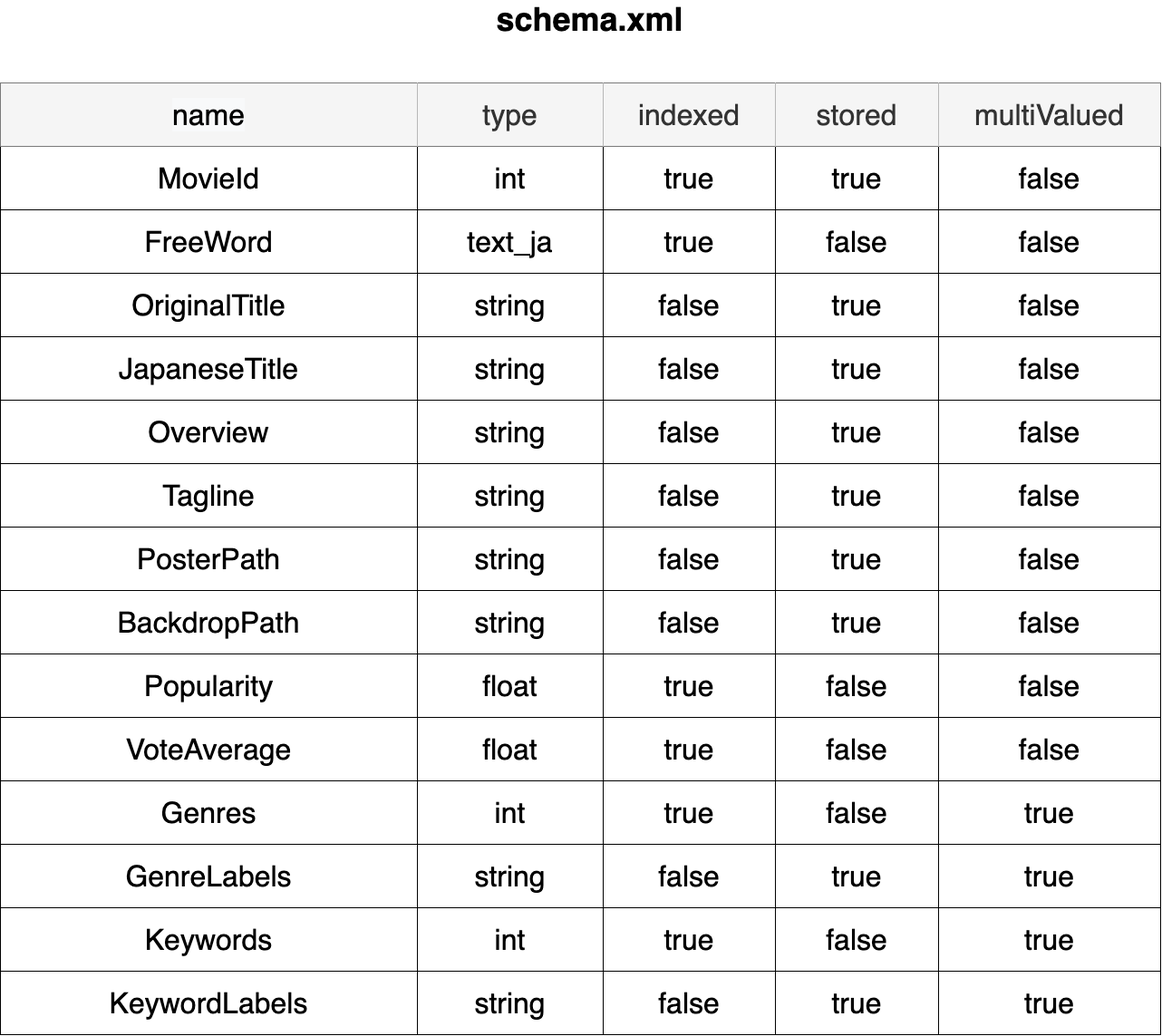
This is docs/Data/solr-schema.png from yuya-okada527/ml-playground, a draw.io export, as it was before one commit. Source tidied: cells renumbered, new cells last; positions are measured from the earlier drawing's top-left corner, leaving out a move shared by most shapes.
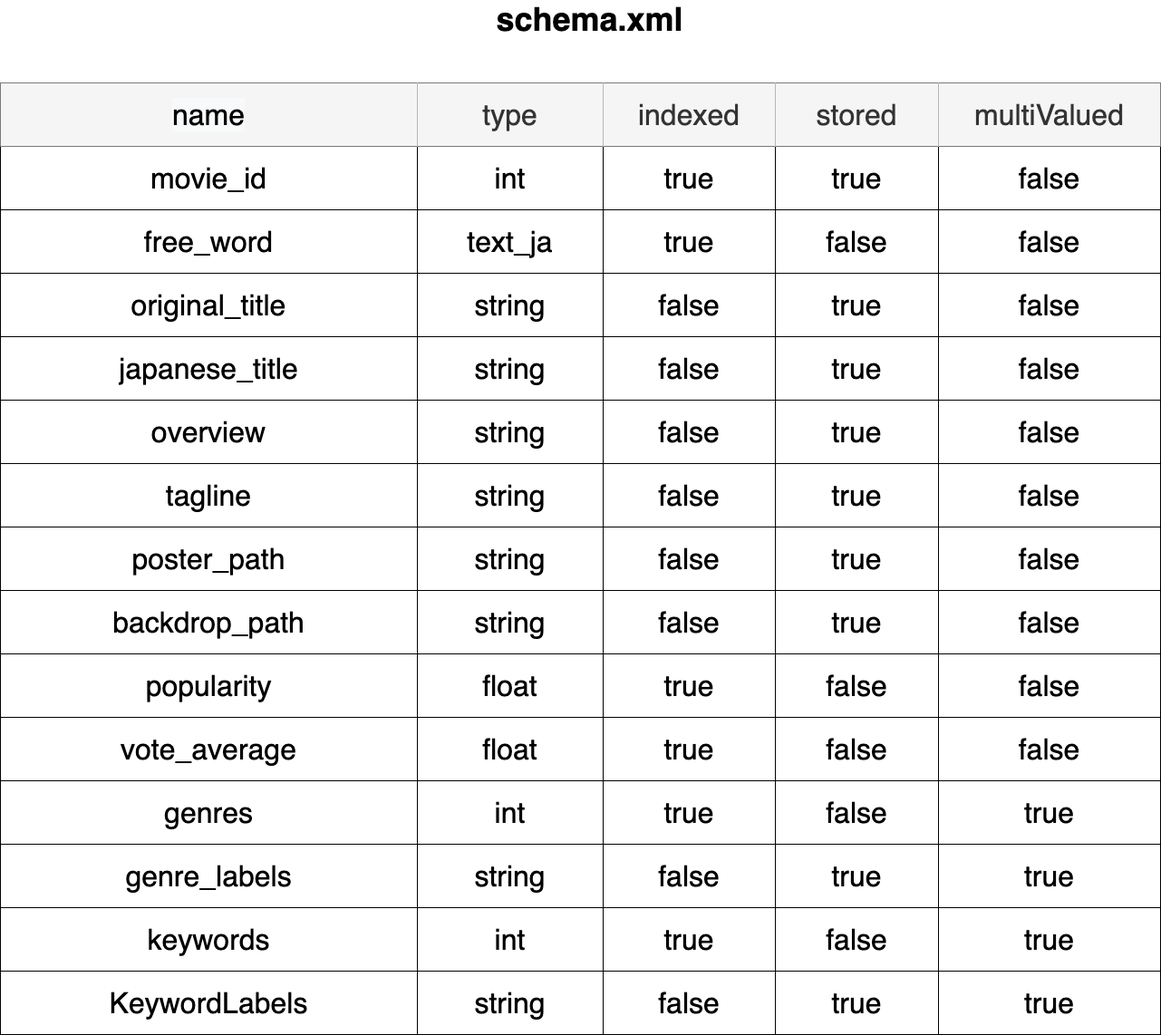
The same diagram one commit later.

Change to the diagram source:
```diff
@@ -29,7 +29,7 @@
     <mxCell id="10" style="shape=partialRectangle;html=1;whiteSpace=wrap;fillColor=none;top=0;left=0;bottom=0;right=0;fontSize=32;" parent="3" vertex="1">
       <mxGeometry y="70" width="1280" height="70" as="geometry" />
     </mxCell>
-    <mxCell id="11" value="MovieId" style="shape=partialRectangle;html=1;whiteSpace=wrap;overflow=hidden;fillColor=none;top=0;left=0;bottom=0;right=0;fontSize=32;" parent="10" vertex="1">
+    <mxCell id="11" value="movie_id" style="shape=partialRectangle;html=1;whiteSpace=wrap;overflow=hidden;fillColor=none;top=0;left=0;bottom=0;right=0;fontSize=32;" parent="10" vertex="1">
       <mxGeometry width="460" height="70" as="geometry" />
     </mxCell>
     <mxCell id="12" value="int" style="shape=partialRectangle;html=1;whiteSpace=wrap;overflow=hidden;fillColor=none;top=0;left=0;bottom=0;right=0;fontSize=32;" parent="10" vertex="1">
@@ -47,7 +47,7 @@
     <mxCell id="16" style="shape=partialRectangle;html=1;whiteSpace=wrap;fillColor=none;top=0;left=0;bottom=0;right=0;fontSize=32;" parent="3" vertex="1">
       <mxGeometry y="140" width="1280" height="70" as="geometry" />
     </mxCell>
-    <mxCell id="17" value="FreeWord" style="shape=partialRectangle;html=1;whiteSpace=wrap;overflow=hidden;fillColor=none;top=0;left=0;bottom=0;right=0;fontSize=32;" parent="16" vertex="1">
+    <mxCell id="17" value="free_word" style="shape=partialRectangle;html=1;whiteSpace=wrap;overflow=hidden;fillColor=none;top=0;left=0;bottom=0;right=0;fontSize=32;" parent="16" vertex="1">
       <mxGeometry width="460" height="70" as="geometry" />
     </mxCell>
     <mxCell id="18" value="text_ja" style="shape=partialRectangle;html=1;whiteSpace=wrap;overflow=hidden;fillColor=none;top=0;left=0;bottom=0;right=0;fontSize=32;" parent="16" vertex="1">
@@ -65,7 +65,7 @@
     <mxCell id="22" style="shape=partialRectangle;html=1;whiteSpace=wrap;fillColor=none;top=0;left=0;bottom=0;right=0;fontSize=32;" parent="3" vertex="1">
       <mxGeometry y="210" width="1280" height="70" as="geometry" />
     </mxCell>
-    <mxCell id="23" value="OriginalTitle" style="shape=partialRectangle;html=1;whiteSpace=wrap;overflow=hidden;fillColor=none;top=0;left=0;bottom=0;right=0;fontSize=32;" parent="22" vertex="1">
+    <mxCell id="23" value="original_title" style="shape=partialRectangle;html=1;whiteSpace=wrap;overflow=hidden;fillColor=none;top=0;left=0;bottom=0;right=0;fontSize=32;" parent="22" vertex="1">
       <mxGeometry width="460" height="70" as="geometry" />
     </mxCell>
     <mxCell id="24" value="string" style="shape=partialRectangle;html=1;whiteSpace=wrap;overflow=hidden;fillColor=none;top=0;left=0;bottom=0;right=0;fontSize=32;" parent="22" vertex="1">
@@ -83,7 +83,7 @@
     <mxCell id="28" style="shape=partialRectangle;html=1;whiteSpace=wrap;fillColor=none;top=0;left=0;bottom=0;right=0;fontSize=32;" parent="3" vertex="1">
       <mxGeometry y="280" width="1280" height="70" as="geometry" />
     </mxCell>
-    <mxCell id="29" value="JapaneseTitle" style="shape=partialRectangle;html=1;whiteSpace=wrap;overflow=hidden;fillColor=none;top=0;left=0;bottom=0;right=0;fontSize=32;" parent="28" vertex="1">
+    <mxCell id="29" value="japanese_title" style="shape=partialRectangle;html=1;whiteSpace=wrap;overflow=hidden;fillColor=none;top=0;left=0;bottom=0;right=0;fontSize=32;" parent="28" vertex="1">
       <mxGeometry width="460" height="70" as="geometry" />
     </mxCell>
     <mxCell id="30" value="string" style="shape=partialRectangle;html=1;whiteSpace=wrap;overflow=hidden;fillColor=none;top=0;left=0;bottom=0;right=0;fontSize=32;" parent="28" vertex="1">
@@ -101,7 +101,7 @@
     <mxCell id="34" style="shape=partialRectangle;html=1;whiteSpace=wrap;fillColor=none;top=0;left=0;bottom=0;right=0;fontSize=32;" parent="3" vertex="1">
       <mxGeometry y="350" width="1280" height="70" as="geometry" />
     </mxCell>
-    <mxCell id="35" value="Overview" style="shape=partialRectangle;html=1;whiteSpace=wrap;overflow=hidden;fillColor=none;top=0;left=0;bottom=0;right=0;fontSize=32;" parent="34" vertex="1">
+    <mxCell id="35" value="overview" style="shape=partialRectangle;html=1;whiteSpace=wrap;overflow=hidden;fillColor=none;top=0;left=0;bottom=0;right=0;fontSize=32;" parent="34" vertex="1">
       <mxGeometry width="460" height="70" as="geometry" />
     </mxCell>
     <mxCell id="36" value="string" style="shape=partialRectangle;html=1;whiteSpace=wrap;overflow=hidden;fillColor=none;top=0;left=0;bottom=0;right=0;fontSize=32;" parent="34" vertex="1">
@@ -119,7 +119,7 @@
     <mxCell id="40" style="shape=partialRectangle;html=1;whiteSpace=wrap;fillColor=none;top=0;left=0;bottom=0;right=0;fontSize=32;" parent="3" vertex="1">
       <mxGeometry y="420" width="1280" height="70" as="geometry" />
     </mxCell>
-    <mxCell id="41" value="Tagline" style="shape=partialRectangle;html=1;whiteSpace=wrap;overflow=hidden;fillColor=none;top=0;left=0;bottom=0;right=0;fontSize=32;" parent="40" vertex="1">
+    <mxCell id="41" value="tagline" style="shape=partialRectangle;html=1;whiteSpace=wrap;overflow=hidden;fillColor=none;top=0;left=0;bottom=0;right=0;fontSize=32;" parent="40" vertex="1">
       <mxGeometry width="460" height="70" as="geometry" />
     </mxCell>
     <mxCell id="42" value="string" style="shape=partialRectangle;html=1;whiteSpace=wrap;overflow=hidden;fillColor=none;top=0;left=0;bottom=0;right=0;fontSize=32;" parent="40" vertex="1">
@@ -137,7 +137,7 @@
     <mxCell id="46" style="shape=partialRectangle;html=1;whiteSpace=wrap;fillColor=none;top=0;left=0;bottom=0;right=0;fontSize=32;" parent="3" vertex="1">
       <mxGeometry y="490" width="1280" height="70" as="geometry" />
     </mxCell>
-    <mxCell id="47" value="PosterPath" style="shape=partialRectangle;html=1;whiteSpace=wrap;overflow=hidden;fillColor=none;top=0;left=0;bottom=0;right=0;fontSize=32;" parent="46" vertex="1">
+    <mxCell id="47" value="poster_path" style="shape=partialRectangle;html=1;whiteSpace=wrap;overflow=hidden;fillColor=none;top=0;left=0;bottom=0;right=0;fontSize=32;" parent="46" vertex="1">
       <mxGeometry width="460" height="70" as="geometry" />
     </mxCell>
     <mxCell id="48" value="string" style="shape=partialRectangle;html=1;whiteSpace=wrap;overflow=hidden;fillColor=none;top=0;left=0;bottom=0;right=0;fontSize=32;" parent="46" vertex="1">
@@ -155,7 +155,7 @@
     <mxCell id="52" style="shape=partialRectangle;html=1;whiteSpace=wrap;fillColor=none;top=0;left=0;bottom=0;right=0;fontSize=32;" parent="3" vertex="1">
       <mxGeometry y="560" width="1280" height="70" as="geometry" />
     </mxCell>
-    <mxCell id="53" value="BackdropPath" style="shape=partialRectangle;html=1;whiteSpace=wrap;overflow=hidden;fillColor=none;top=0;left=0;bottom=0;right=0;fontSize=32;" parent="52" vertex="1">
+    <mxCell id="53" value="backdrop_path" style="shape=partialRectangle;html=1;whiteSpace=wrap;overflow=hidden;fillColor=none;top=0;left=0;bottom=0;right=0;fontSize=32;" parent="52" vertex="1">
       <mxGeometry width="460" height="70" as="geometry" />
     </mxCell>
     <mxCell id="54" value="string" style="shape=partialRectangle;html=1;whiteSpace=wrap;overflow=hidden;fillColor=none;top=0;left=0;bottom=0;right=0;fontSize=32;" parent="52" vertex="1">
@@ -173,7 +173,7 @@
     <mxCell id="58" style="shape=partialRectangle;html=1;whiteSpace=wrap;fillColor=none;top=0;left=0;bottom=0;right=0;fontSize=32;" parent="3" vertex="1">
       <mxGeometry y="630" width="1280" height="70" as="geometry" />
     </mxCell>
-    <mxCell id="59" value="Popularity" style="shape=partialRectangle;html=1;whiteSpace=wrap;overflow=hidden;fillColor=none;top=0;left=0;bottom=0;right=0;fontSize=32;" parent="58" vertex="1">
+    <mxCell id="59" value="popularity" style="shape=partialRectangle;html=1;whiteSpace=wrap;overflow=hidden;fillColor=none;top=0;left=0;bottom=0;right=0;fontSize=32;" parent="58" vertex="1">
       <mxGeometry width="460" height="70" as="geometry" />
     </mxCell>
     <mxCell id="60" value="float" style="shape=partialRectangle;html=1;whiteSpace=wrap;overflow=hidden;fillColor=none;top=0;left=0;bottom=0;right=0;fontSize=32;" parent="58" vertex="1">
@@ -191,7 +191,7 @@
     <mxCell id="64" style="shape=partialRectangle;html=1;whiteSpace=wrap;fillColor=none;top=0;left=0;bottom=0;right=0;fontSize=32;" parent="3" vertex="1">
       <mxGeometry y="700" width="1280" height="70" as="geometry" />
     </mxCell>
-    <mxCell id="65" value="VoteAverage" style="shape=partialRectangle;html=1;whiteSpace=wrap;overflow=hidden;fillColor=none;top=0;left=0;bottom=0;right=0;fontSize=32;" parent="64" vertex="1">
+    <mxCell id="65" value="vote_average" style="shape=partialRectangle;html=1;whiteSpace=wrap;overflow=hidden;fillColor=none;top=0;left=0;bottom=0;right=0;fontSize=32;" parent="64" vertex="1">
       <mxGeometry width="460" height="70" as="geometry" />
     </mxCell>
     <mxCell id="66" value="float" style="shape=partialRectangle;html=1;whiteSpace=wrap;overflow=hidden;fillColor=none;top=0;left=0;bottom=0;right=0;fontSize=32;" parent="64" vertex="1">
@@ -209,7 +209,7 @@
     <mxCell id="70" style="shape=partialRectangle;html=1;whiteSpace=wrap;fillColor=none;top=0;left=0;bottom=0;right=0;fontSize=32;" parent="3" vertex="1">
       <mxGeometry y="770" width="1280" height="70" as="geometry" />
     </mxCell>
-    <mxCell id="71" value="Genres" style="shape=partialRectangle;html=1;whiteSpace=wrap;overflow=hidden;fillColor=none;top=0;left=0;bottom=0;right=0;fontSize=32;" parent="70" vertex="1">
+    <mxCell id="71" value="genres" style="shape=partialRectangle;html=1;whiteSpace=wrap;overflow=hidden;fillColor=none;top=0;left=0;bottom=0;right=0;fontSize=32;" parent="70" vertex="1">
       <mxGeometry width="460" height="70" as="geometry" />
     </mxCell>
     <mxCell id="72" value="int" style="shape=partialRectangle;html=1;whiteSpace=wrap;overflow=hidden;fillColor=none;top=0;left=0;bottom=0;right=0;fontSize=32;" parent="70" vertex="1">
@@ -227,7 +227,7 @@
     <mxCell id="76" style="shape=partialRectangle;html=1;whiteSpace=wrap;fillColor=none;top=0;left=0;bottom=0;right=0;fontSize=32;" parent="3" vertex="1">
       <mxGeometry y="840" width="1280" height="70" as="geometry" />
     </mxCell>
-    <mxCell id="77" value="GenreLabels" style="shape=partialRectangle;html=1;whiteSpace=wrap;overflow=hidden;fillColor=none;top=0;left=0;bottom=0;right=0;fontSize=32;" parent="76" vertex="1">
+    <mxCell id="77" value="genre_labels" style="shape=partialRectangle;html=1;whiteSpace=wrap;overflow=hidden;fillColor=none;top=0;left=0;bottom=0;right=0;fontSize=32;" parent="76" vertex="1">
       <mxGeometry width="460" height="70" as="geometry" />
     </mxCell>
     <mxCell id="78" value="string" style="shape=partialRectangle;html=1;whiteSpace=wrap;overflow=hidden;fillColor=none;top=0;left=0;bottom=0;right=0;fontSize=32;" parent="76" vertex="1">
@@ -245,7 +245,7 @@
     <mxCell id="82" style="shape=partialRectangle;html=1;whiteSpace=wrap;fillColor=none;top=0;left=0;bottom=0;right=0;fontSize=32;" parent="3" vertex="1">
       <mxGeometry y="910" width="1280" height="70" as="geometry" />
     </mxCell>
-    <mxCell id="83" value="Keywords" style="shape=partialRectangle;html=1;whiteSpace=wrap;overflow=hidden;fillColor=none;top=0;left=0;bottom=0;right=0;fontSize=32;" parent="82" vertex="1">
+    <mxCell id="83" value="keywords" style="shape=partialRectangle;html=1;whiteSpace=wrap;overflow=hidden;fillColor=none;top=0;left=0;bottom=0;right=0;fontSize=32;" parent="82" vertex="1">
       <mxGeometry width="460" height="70" as="geometry" />
     </mxCell>
     <mxCell id="84" value="int" style="shape=partialRectangle;html=1;whiteSpace=wrap;overflow=hidden;fillColor=none;top=0;left=0;bottom=0;right=0;fontSize=32;" parent="82" vertex="1">
```
